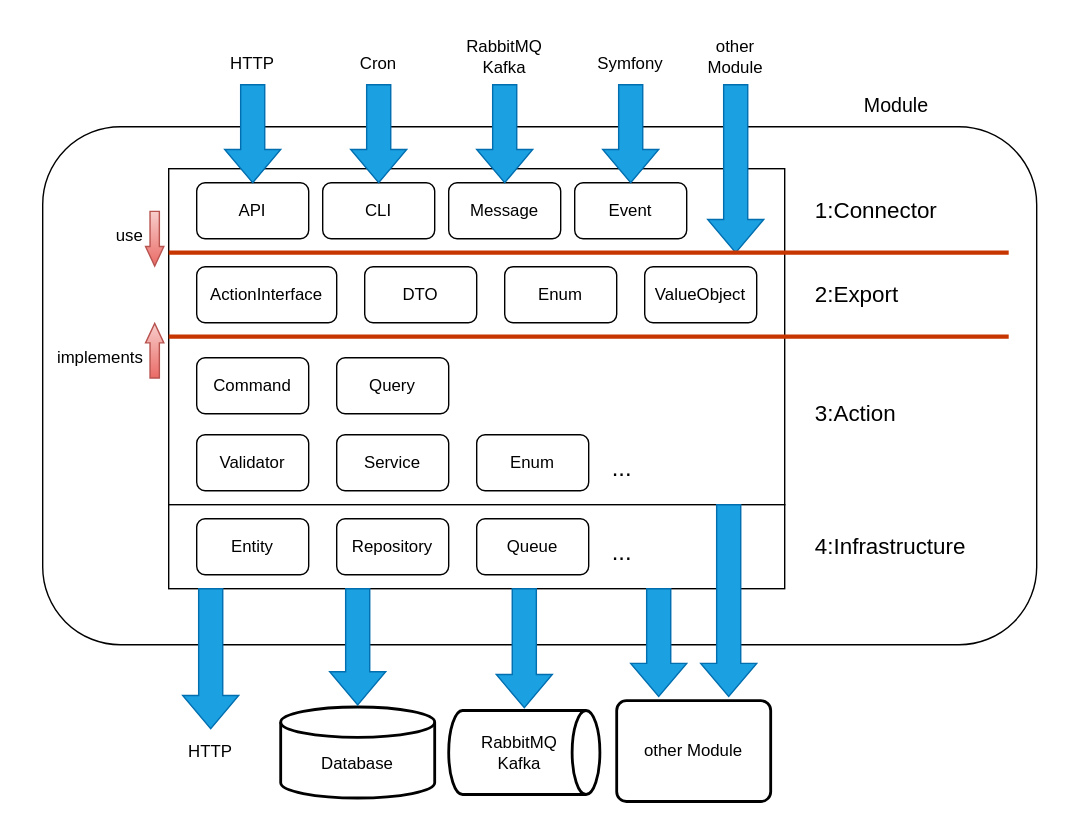
Before: docs/img/4-layers-architecture.svg, a diagram exported from draw.io (mgleska/monolith-with-modules-and-4-layers). Source tidied: cells renumbered, new cells last; positions are measured from the earlier drawing's top-left corner, leaving out a move shared by most shapes.
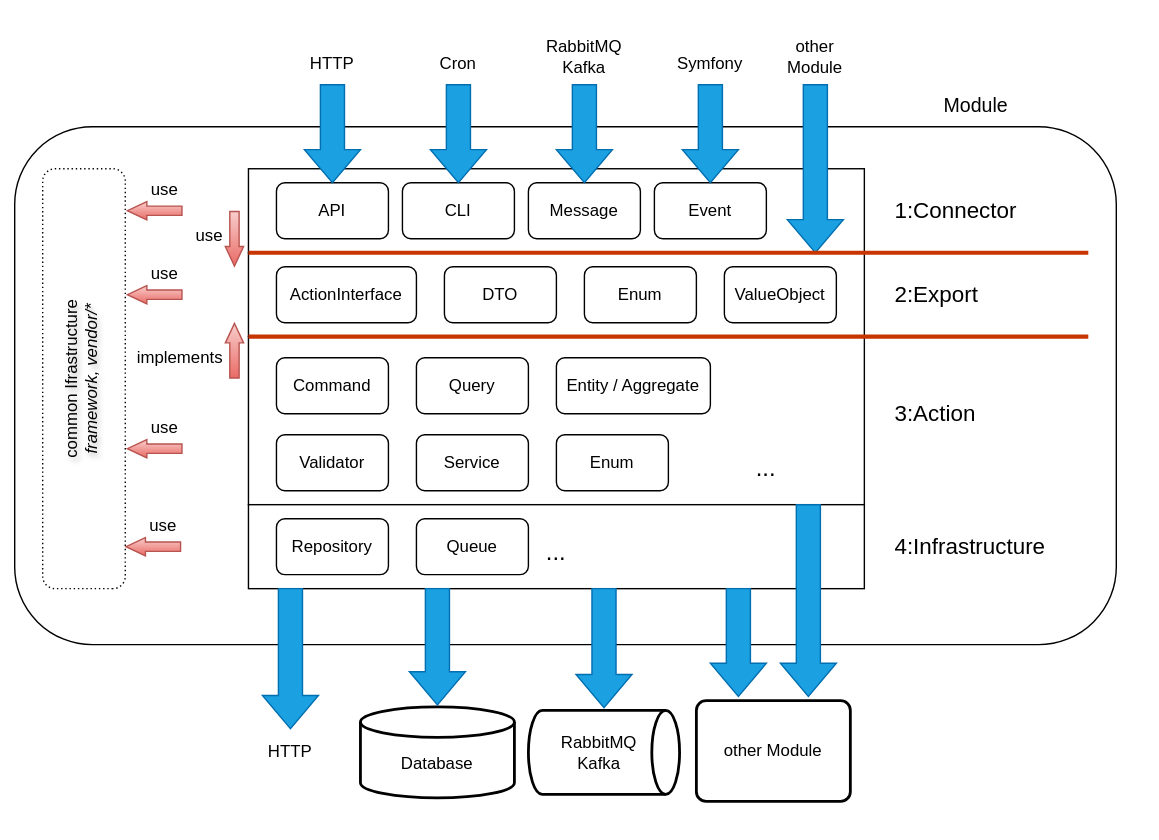
Later version of the same file.

What changed in the source:
```diff
@@ -3,10 +3,10 @@
     <mxCell id="0" />
     <mxCell id="1" parent="0" />
     <mxCell id="2" style="rounded=0;whiteSpace=wrap;html=1;strokeColor=none;" parent="1" vertex="1">
-      <mxGeometry width="770" height="600" as="geometry" />
+      <mxGeometry x="-57" width="827" height="600" as="geometry" />
     </mxCell>
     <mxCell id="3" style="rounded=1;whiteSpace=wrap;html=1;align=right;" parent="1" vertex="1">
-      <mxGeometry x="30" y="90" width="710" height="370" as="geometry" />
+      <mxGeometry x="-47" y="90" width="787" height="370" as="geometry" />
     </mxCell>
     <mxCell id="4" style="rounded=0;whiteSpace=wrap;html=1;" parent="1" vertex="1">
       <mxGeometry x="120" y="120" width="440" height="60" as="geometry" />
@@ -48,19 +48,19 @@
       <mxGeometry x="340" y="310" width="80" height="40" as="geometry" />
     </mxCell>
     <mxCell id="17" value="..." style="text;html=1;align=center;verticalAlign=middle;whiteSpace=wrap;rounded=0;fontSize=17;" parent="1" vertex="1">
-      <mxGeometry x="414" y="320" width="60" height="30" as="geometry" />
+      <mxGeometry x="460" y="320" width="60" height="30" as="geometry" />
     </mxCell>
     <mxCell id="18" style="rounded=0;whiteSpace=wrap;html=1;" parent="1" vertex="1">
       <mxGeometry x="120" y="360" width="440" height="60" as="geometry" />
     </mxCell>
-    <mxCell id="19" value="Entity" style="rounded=1;whiteSpace=wrap;html=1;" parent="1" vertex="1">
-      <mxGeometry x="140" y="370" width="80" height="40" as="geometry" />
+    <mxCell id="19" value="Entity / Aggregate" style="rounded=1;whiteSpace=wrap;html=1;" parent="1" vertex="1">
+      <mxGeometry x="340" y="255" width="110" height="40" as="geometry" />
     </mxCell>
     <mxCell id="20" value="Repository" style="rounded=1;whiteSpace=wrap;html=1;" parent="1" vertex="1">
-      <mxGeometry x="240" y="370" width="80" height="40" as="geometry" />
+      <mxGeometry x="140" y="370" width="80" height="40" as="geometry" />
     </mxCell>
     <mxCell id="21" value="Queue" style="rounded=1;whiteSpace=wrap;html=1;" parent="1" vertex="1">
-      <mxGeometry x="340" y="370" width="80" height="40" as="geometry" />
+      <mxGeometry x="240" y="370" width="80" height="40" as="geometry" />
     </mxCell>
     <mxCell id="22" value="2:Export" style="text;html=1;align=left;verticalAlign=middle;whiteSpace=wrap;rounded=0;fontSize=16;" parent="1" vertex="1">
       <mxGeometry x="580" y="195" width="120" height="30" as="geometry" />
@@ -75,7 +75,7 @@
       <mxGeometry x="580" y="375" width="150" height="30" as="geometry" />
     </mxCell>
     <mxCell id="26" value="..." style="text;html=1;align=center;verticalAlign=middle;whiteSpace=wrap;rounded=0;fontSize=17;" parent="1" vertex="1">
-      <mxGeometry x="414" y="380" width="60" height="30" as="geometry" />
+      <mxGeometry x="310" y="380" width="60" height="30" as="geometry" />
     </mxCell>
     <mxCell id="27" value="&lt;p style=&quot;font-size: 14px;&quot;&gt;Module&lt;/p&gt;" style="text;html=1;align=center;verticalAlign=middle;whiteSpace=wrap;rounded=0;" parent="1" vertex="1">
       <mxGeometry x="610" y="60" width="60" height="30" as="geometry" />
@@ -176,5 +176,56 @@
     <mxCell id="55" value="Symfony" style="text;html=1;align=center;verticalAlign=middle;whiteSpace=wrap;rounded=0;" parent="1" vertex="1">
       <mxGeometry x="415" y="30" width="70" height="30" as="geometry" />
     </mxCell>
+    <mxCell id="56" value="common Ifrastructure&lt;br&gt;&lt;i&gt;framework, vendor/*&lt;/i&gt;" style="rounded=1;whiteSpace=wrap;html=1;dashed=1;dashPattern=1 2;textDirection=vertical-rl;textShadow=1;rotation=-180;" parent="1" vertex="1">
+      <mxGeometry x="-27" y="120" width="59" height="300" as="geometry" />
+    </mxCell>
+    <mxCell id="57" style="group;" parent="1" vertex="1">
+      <mxGeometry x="32" y="360" width="40" height="30" as="geometry" />
+    </mxCell>
+    <mxCell id="58" style="shape=flexArrow;endArrow=classic;html=1;rounded=0;width=6.666666666666666;endSize=4.3;endWidth=5.396825396825397;fillColor=#f8cecc;gradientColor=#ea6b66;strokeColor=#b85450;" parent="57" edge="1">
+      <mxGeometry relative="1" as="geometry">
+        <mxPoint x="40" y="30" as="sourcePoint" />
+        <mxPoint y="30" as="targetPoint" />
+      </mxGeometry>
+    </mxCell>
+    <mxCell id="59" value="use" style="text;html=1;align=right;verticalAlign=middle;whiteSpace=wrap;rounded=0;" parent="57" vertex="1">
+      <mxGeometry x="10" width="29" height="30" as="geometry" />
+    </mxCell>
+    <mxCell id="60" style="group;" parent="1" vertex="1">
+      <mxGeometry x="33" y="290" width="40" height="30" as="geometry" />
+    </mxCell>
+    <mxCell id="61" style="shape=flexArrow;endArrow=classic;html=1;rounded=0;width=6.666666666666666;endSize=4.3;endWidth=5.396825396825397;fillColor=#f8cecc;gradientColor=#ea6b66;strokeColor=#b85450;" parent="60" edge="1">
+      <mxGeometry relative="1" as="geometry">
+        <mxPoint x="40" y="30" as="sourcePoint" />
+        <mxPoint y="30" as="targetPoint" />
+      </mxGeometry>
+    </mxCell>
+    <mxCell id="62" value="use" style="text;html=1;align=right;verticalAlign=middle;whiteSpace=wrap;rounded=0;" parent="60" vertex="1">
+      <mxGeometry x="10" width="29" height="30" as="geometry" />
+    </mxCell>
+    <mxCell id="63" style="group;" parent="1" vertex="1">
+      <mxGeometry x="33" y="180" width="40" height="30" as="geometry" />
+    </mxCell>
+    <mxCell id="64" style="shape=flexArrow;endArrow=classic;html=1;rounded=0;width=6.666666666666666;endSize=4.3;endWidth=5.396825396825397;fillColor=#f8cecc;gradientColor=#ea6b66;strokeColor=#b85450;" parent="63" edge="1">
+      <mxGeometry relative="1" as="geometry">
+        <mxPoint x="40" y="30" as="sourcePoint" />
+        <mxPoint y="30" as="targetPoint" />
+      </mxGeometry>
+    </mxCell>
+    <mxCell id="65" value="use" style="text;html=1;align=right;verticalAlign=middle;whiteSpace=wrap;rounded=0;" parent="63" vertex="1">
+      <mxGeometry x="10" width="29" height="30" as="geometry" />
+    </mxCell>
+    <mxCell id="66" style="group;" parent="1" vertex="1">
+      <mxGeometry x="33" y="120" width="40" height="30" as="geometry" />
+    </mxCell>
+    <mxCell id="67" style="shape=flexArrow;endArrow=classic;html=1;rounded=0;width=6.666666666666666;endSize=4.3;endWidth=5.396825396825397;fillColor=#f8cecc;gradientColor=#ea6b66;strokeColor=#b85450;" parent="66" edge="1">
+      <mxGeometry relative="1" as="geometry">
+        <mxPoint x="40" y="30" as="sourcePoint" />
+        <mxPoint y="30" as="targetPoint" />
+      </mxGeometry>
+    </mxCell>
+    <mxCell id="68" value="use" style="text;html=1;align=right;verticalAlign=middle;whiteSpace=wrap;rounded=0;" parent="66" vertex="1">
+      <mxGeometry x="10" width="29" height="30" as="geometry" />
+    </mxCell>
   </root>
 </mxGraphModel>
```
